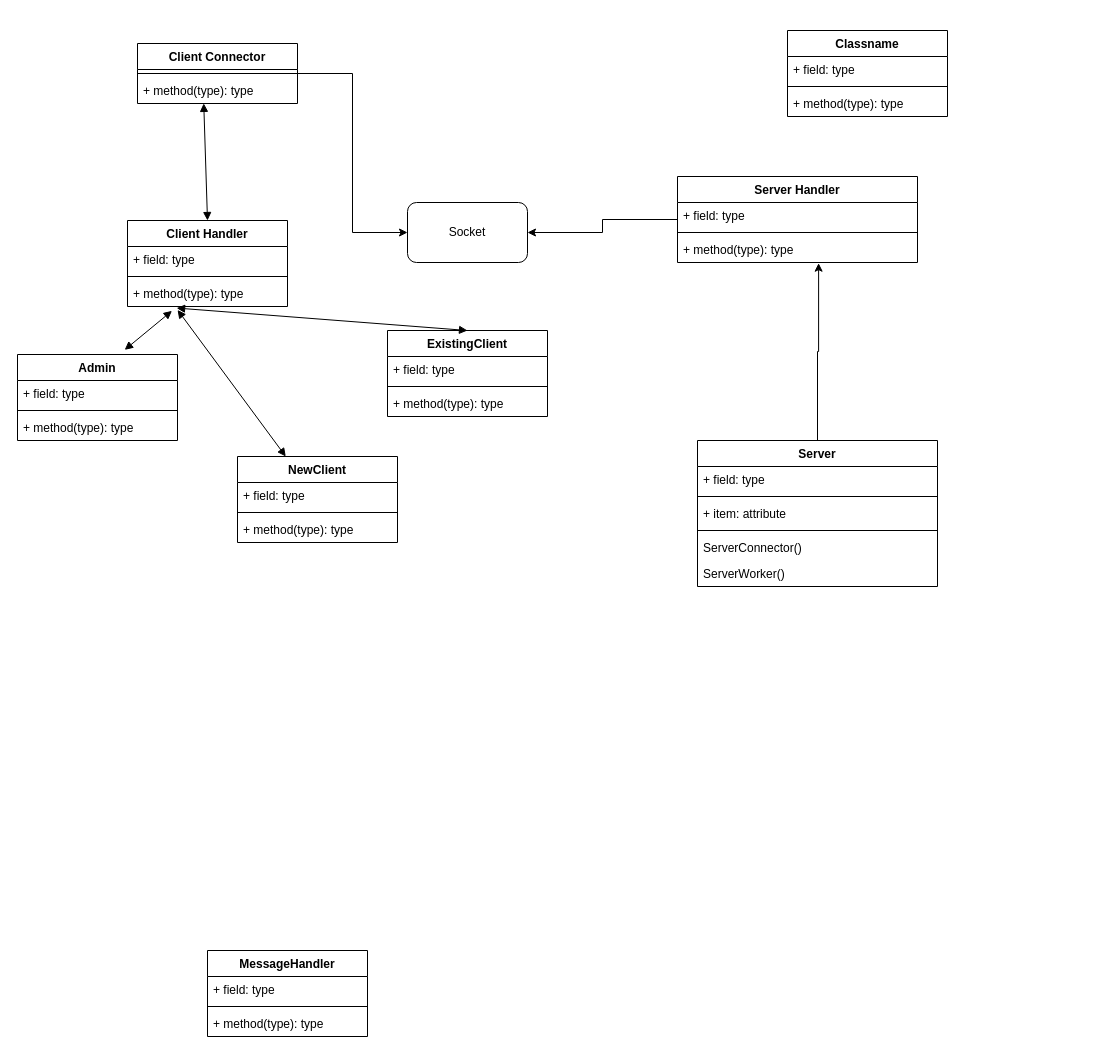
Earlier version of the draw.io diagram Untitled Diagram.drawio (aniket32/Chat-Server-Client-Application). Source tidied: cells renumbered, new cells numbered last; positions are measured from the earlier drawing's top-left corner, leaving out a move shared by most shapes. Both pictures are drawn from the tidied source at 100%, with x=0, y=0 at pixel (17, 30).
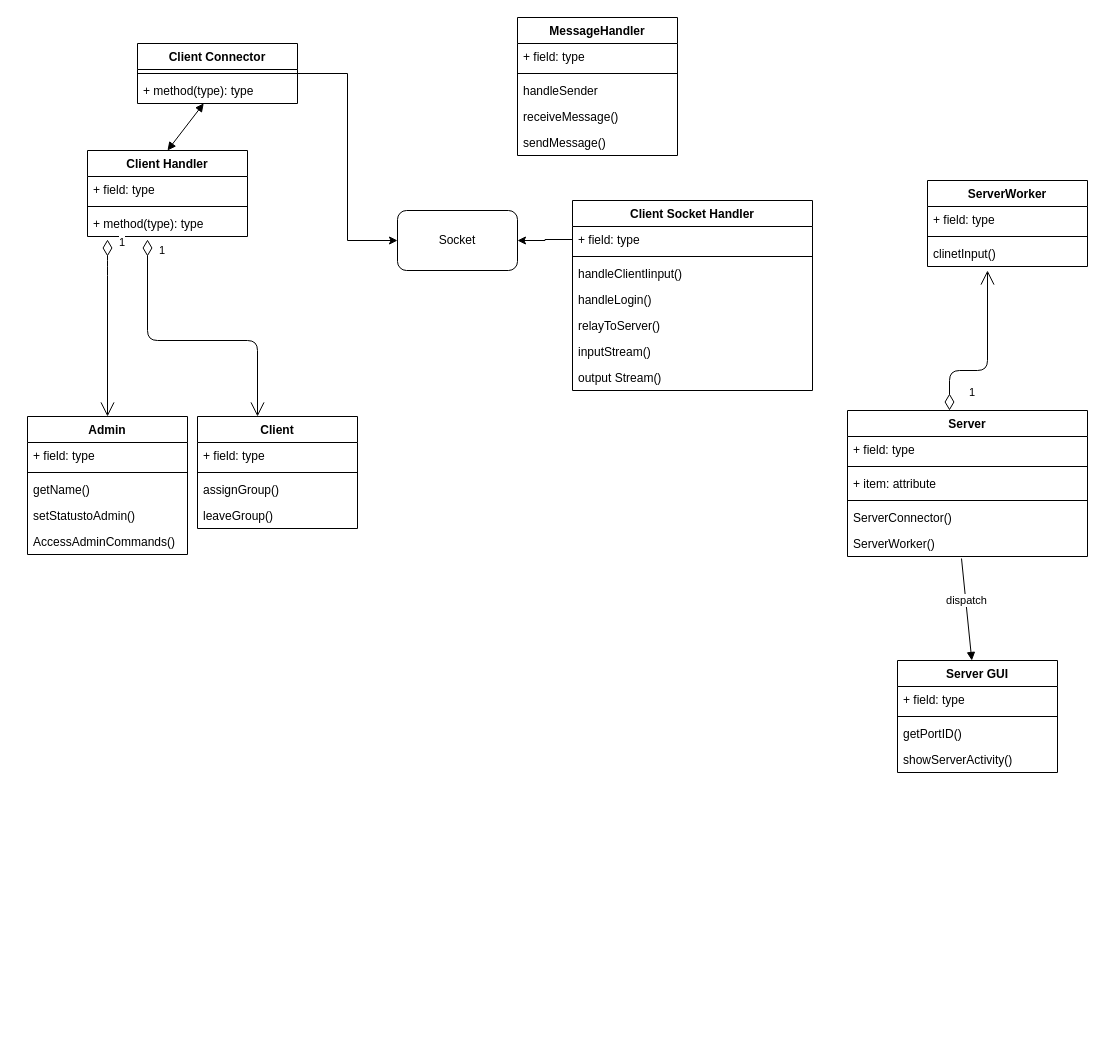
The same page after the edit.

Unchanged cells that the change refers to:
```xml
<mxCell id="9" value="ServerWorker()&#10;&#10;" style="text;strokeColor=none;fillColor=none;align=left;verticalAlign=top;spacingLeft=4;spacingRight=4;overflow=hidden;points=[[0,0.5],[1,0.5]];portConstraint=eastwest;" parent="3" vertex="1">
  <mxGeometry y="120" width="240" height="26" as="geometry" />
</mxCell>
<mxCell id="20" value="+ field: type" style="text;strokeColor=none;fillColor=none;align=left;verticalAlign=top;spacingLeft=4;spacingRight=4;overflow=hidden;points=[[0,0.5],[1,0.5]];portConstraint=eastwest;" parent="19" vertex="1">
  <mxGeometry y="26" width="240" height="26" as="geometry" />
</mxCell>
<mxCell id="26" value="+ method(type): type" style="text;strokeColor=none;fillColor=none;align=left;verticalAlign=top;spacingLeft=4;spacingRight=4;overflow=hidden;points=[[0,0.5],[1,0.5]];portConstraint=eastwest;" parent="23" vertex="1">
  <mxGeometry y="60" width="160" height="26" as="geometry" />
</mxCell>
```

Diff of the diagram source:
```diff
@@
-    <mxCell id="2" style="edgeStyle=orthogonalEdgeStyle;rounded=0;jettySize=auto;html=1;exitX=0.5;exitY=0;exitDx=0;exitDy=0;entryX=0.588;entryY=1.027;entryDx=0;entryDy=0;entryPerimeter=0;" parent="1" edge="1" source="3" target="22">
-      <mxGeometry relative="1" as="geometry" />
-    </mxCell>
     <mxCell id="3" value="Server" style="swimlane;fontStyle=1;align=center;verticalAlign=top;horizontal=1;startSize=26;" parent="1" vertex="1">
-      <mxGeometry x="680" y="410" width="240" height="146" as="geometry" />
+      <mxGeometry x="830" y="380" width="240" height="146" as="geometry" />
     </mxCell>
@@
     <mxCell id="14" value="Admin" style="swimlane;fontStyle=1;align=center;verticalAlign=top;horizontal=1;startSize=26;" parent="1" vertex="1">
-      <mxGeometry y="324" width="160" height="86" as="geometry" />
+      <mxGeometry x="10" y="386" width="160" height="138" as="geometry" />
     </mxCell>
@@
-    <mxCell id="17" value="+ method(type): type" style="text;strokeColor=none;fillColor=none;align=left;verticalAlign=top;spacingLeft=4;spacingRight=4;overflow=hidden;" parent="14" vertex="1">
+    <mxCell id="17" value="getName()" style="text;strokeColor=none;fillColor=none;align=left;verticalAlign=top;spacingLeft=4;spacingRight=4;overflow=hidden;" parent="14" vertex="1">
       <mxGeometry y="60" width="160" height="26" as="geometry" />
     </mxCell>
-    <mxCell id="18" style="edgeStyle=orthogonalEdgeStyle;rounded=0;jettySize=auto;html=1;exitX=0;exitY=0.5;exitDx=0;exitDy=0;entryX=1;entryY=0.5;entryDx=0;entryDy=0;" parent="1" edge="1" source="19" target="43">
-      <mxGeometry relative="1" as="geometry" />
-    </mxCell>
+    <mxCell id="48" value="setStatustoAdmin()" style="text;strokeColor=none;fillColor=none;align=left;verticalAlign=top;spacingLeft=4;spacingRight=4;overflow=hidden;" parent="14" vertex="1">
+      <mxGeometry y="86" width="160" height="26" as="geometry" />
+    </mxCell>
+    <mxCell id="49" value="AccessAdminCommands()" style="text;strokeColor=none;fillColor=none;align=left;verticalAlign=top;spacingLeft=4;spacingRight=4;overflow=hidden;" parent="14" vertex="1">
+      <mxGeometry y="112" width="160" height="26" as="geometry" />
+    </mxCell>
-    <mxCell id="19" value="Server Handler" style="swimlane;fontStyle=1;align=center;verticalAlign=top;horizontal=1;startSize=26;" parent="1" vertex="1">
-      <mxGeometry x="660" y="146" width="240" height="86" as="geometry" />
+    <mxCell id="19" value="Client Socket Handler" style="swimlane;fontStyle=1;align=center;verticalAlign=top;horizontal=1;startSize=26;" parent="1" vertex="1">
+      <mxGeometry x="555" y="170" width="240" height="190" as="geometry" />
     </mxCell>
@@
-    <mxCell id="22" value="+ method(type): type" style="text;strokeColor=none;fillColor=none;align=left;verticalAlign=top;spacingLeft=4;spacingRight=4;overflow=hidden;points=[[0,0.5],[1,0.5]];portConstraint=eastwest;" parent="19" vertex="1">
+    <mxCell id="22" value="handleClientIinput()" style="text;strokeColor=none;fillColor=none;align=left;verticalAlign=top;spacingLeft=4;spacingRight=4;overflow=hidden;points=[[0,0.5],[1,0.5]];portConstraint=eastwest;" parent="19" vertex="1">
       <mxGeometry y="60" width="240" height="26" as="geometry" />
     </mxCell>
+    <mxCell id="50" value="handleLogin()" style="text;strokeColor=none;fillColor=none;align=left;verticalAlign=top;spacingLeft=4;spacingRight=4;overflow=hidden;" parent="19" vertex="1">
+      <mxGeometry y="86" width="240" height="26" as="geometry" />
+    </mxCell>
+    <mxCell id="51" value="relayToServer()" style="text;strokeColor=none;fillColor=none;align=left;verticalAlign=top;spacingLeft=4;spacingRight=4;overflow=hidden;" parent="19" vertex="1">
+      <mxGeometry y="112" width="240" height="26" as="geometry" />
+    </mxCell>
+    <mxCell id="52" value="inputStream()" style="text;strokeColor=none;fillColor=none;align=left;verticalAlign=top;spacingLeft=4;spacingRight=4;overflow=hidden;" parent="19" vertex="1">
+      <mxGeometry y="138" width="240" height="26" as="geometry" />
+    </mxCell>
+    <mxCell id="53" value="output Stream()" style="text;strokeColor=none;fillColor=none;align=left;verticalAlign=top;spacingLeft=4;spacingRight=4;overflow=hidden;" parent="19" vertex="1">
+      <mxGeometry y="164" width="240" height="26" as="geometry" />
+    </mxCell>
     <mxCell id="23" value="Client Handler" style="swimlane;fontStyle=1;align=center;verticalAlign=top;horizontal=1;startSize=26;" parent="1" vertex="1">
-      <mxGeometry x="110" y="190" width="160" height="86" as="geometry" />
+      <mxGeometry x="70" y="120" width="160" height="86" as="geometry" />
     </mxCell>
@@
-    <mxCell id="27" value="NewClient" style="swimlane;fontStyle=1;align=center;verticalAlign=top;horizontal=1;startSize=26;" parent="1" vertex="1">
-      <mxGeometry x="220" y="426" width="160" height="86" as="geometry" />
+    <mxCell id="27" value="Client" style="swimlane;fontStyle=1;align=center;verticalAlign=top;horizontal=1;startSize=26;" parent="1" vertex="1">
+      <mxGeometry x="180" y="386" width="160" height="112" as="geometry" />
     </mxCell>
@@
+    <mxCell id="54" value="assignGroup()" style="text;strokeColor=none;fillColor=none;align=left;verticalAlign=top;spacingLeft=4;spacingRight=4;overflow=hidden;" parent="27" vertex="1">
+      <mxGeometry y="60" width="160" height="26" as="geometry" />
+    </mxCell>
-    <mxCell id="30" value="+ method(type): type" style="text;strokeColor=none;fillColor=none;align=left;verticalAlign=top;spacingLeft=4;spacingRight=4;overflow=hidden;" parent="27" vertex="1">
-      <mxGeometry y="60" width="160" height="26" as="geometry" />
+    <mxCell id="30" value="leaveGroup()" style="text;strokeColor=none;fillColor=none;align=left;verticalAlign=top;spacingLeft=4;spacingRight=4;overflow=hidden;" parent="27" vertex="1">
+      <mxGeometry y="86" width="160" height="26" as="geometry" />
     </mxCell>
-    <mxCell id="31" value="ExistingClient" style="swimlane;fontStyle=1;align=center;verticalAlign=top;horizontal=1;startSize=26;" parent="1" vertex="1">
-      <mxGeometry x="370" y="300" width="160" height="86" as="geometry" />
-    </mxCell>
-    <mxCell id="32" value="+ field: type" style="text;strokeColor=none;fillColor=none;align=left;verticalAlign=top;spacingLeft=4;spacingRight=4;overflow=hidden;" parent="31" vertex="1">
-      <mxGeometry y="26" width="160" height="26" as="geometry" />
-    </mxCell>
-    <mxCell id="33" style="line;strokeWidth=1;fillColor=none;align=left;verticalAlign=middle;spacingTop=-1;spacingLeft=3;spacingRight=3;labelPosition=right;" parent="31" vertex="1">
-      <mxGeometry y="52" width="160" height="8" as="geometry" />
-    </mxCell>
-    <mxCell id="34" value="+ method(type): type" style="text;strokeColor=none;fillColor=none;align=left;verticalAlign=top;spacingLeft=4;spacingRight=4;overflow=hidden;" parent="31" vertex="1">
-      <mxGeometry y="60" width="160" height="26" as="geometry" />
-    </mxCell>
     <mxCell id="35" value="MessageHandler&#10;" style="swimlane;fontStyle=1;align=center;verticalAlign=top;horizontal=1;startSize=26;" parent="1" vertex="1">
-      <mxGeometry x="190" y="920" width="160" height="86" as="geometry" />
+      <mxGeometry x="500" y="-13" width="160" height="138" as="geometry" />
     </mxCell>
@@
+    <mxCell id="55" value="handleSender" style="text;strokeColor=none;fillColor=none;align=left;verticalAlign=top;spacingLeft=4;spacingRight=4;overflow=hidden;" parent="35" vertex="1">
+      <mxGeometry y="60" width="160" height="26" as="geometry" />
+    </mxCell>
-    <mxCell id="38" value="+ method(type): type" style="text;strokeColor=none;fillColor=none;align=left;verticalAlign=top;spacingLeft=4;spacingRight=4;overflow=hidden;" parent="35" vertex="1">
-      <mxGeometry y="60" width="160" height="26" as="geometry" />
+    <mxCell id="38" value="receiveMessage()" style="text;strokeColor=none;fillColor=none;align=left;verticalAlign=top;spacingLeft=4;spacingRight=4;overflow=hidden;" parent="35" vertex="1">
+      <mxGeometry y="86" width="160" height="26" as="geometry" />
     </mxCell>
+    <mxCell id="56" value="sendMessage()" style="text;strokeColor=none;fillColor=none;align=left;verticalAlign=top;spacingLeft=4;spacingRight=4;overflow=hidden;" parent="35" vertex="1">
+      <mxGeometry y="112" width="160" height="26" as="geometry" />
+    </mxCell>
-    <mxCell id="39" value="Classname" style="swimlane;fontStyle=1;align=center;verticalAlign=top;horizontal=1;startSize=26;" parent="1" vertex="1">
-      <mxGeometry x="770" width="160" height="86" as="geometry" />
+    <mxCell id="39" value="ServerWorker" style="swimlane;fontStyle=1;align=center;verticalAlign=top;horizontal=1;startSize=26;" parent="1" vertex="1">
+      <mxGeometry x="910" y="150" width="160" height="86" as="geometry" />
     </mxCell>
@@
-    <mxCell id="42" value="+ method(type): type" style="text;strokeColor=none;fillColor=none;align=left;verticalAlign=top;spacingLeft=4;spacingRight=4;overflow=hidden;points=[[0,0.5],[1,0.5]];portConstraint=eastwest;" parent="39" vertex="1">
+    <mxCell id="42" value="clinetInput()" style="text;strokeColor=none;fillColor=none;align=left;verticalAlign=top;spacingLeft=4;spacingRight=4;overflow=hidden;points=[[0,0.5],[1,0.5]];portConstraint=eastwest;" parent="39" vertex="1">
       <mxGeometry y="60" width="160" height="26" as="geometry" />
     </mxCell>
     <mxCell id="43" value="Socket" style="rounded=1;whiteSpace=wrap;html=1;" parent="1" vertex="1">
-      <mxGeometry x="390" y="172" width="120" height="60" as="geometry" />
+      <mxGeometry x="380" y="180" width="120" height="60" as="geometry" />
     </mxCell>
@@
-    <mxCell id="45" style="endArrow=block;startArrow=block;endFill=1;startFill=1;html=1;exitX=0.313;exitY=1.132;exitDx=0;exitDy=0;exitPerimeter=0;" parent="1" edge="1" source="26" target="27">
-      <mxGeometry relative="1" as="geometry" />
-    </mxCell>
-    <mxCell id="46" style="endArrow=block;startArrow=block;endFill=1;startFill=1;html=1;exitX=0.307;exitY=1.06;exitDx=0;exitDy=0;exitPerimeter=0;entryX=0.5;entryY=0;entryDx=0;entryDy=0;" parent="1" edge="1" source="26" target="31">
-      <mxGeometry relative="1" as="geometry" />
-    </mxCell>
-    <mxCell id="47" style="endArrow=block;startArrow=block;endFill=1;startFill=1;html=1;exitX=0.278;exitY=1.168;exitDx=0;exitDy=0;exitPerimeter=0;entryX=0.67;entryY=-0.054;entryDx=0;entryDy=0;entryPerimeter=0;" parent="1" edge="1" source="26" target="14">
-      <mxGeometry relative="1" as="geometry" />
-    </mxCell>
+    <mxCell id="57" value="1" style="endArrow=open;html=1;endSize=12;startArrow=diamondThin;startSize=14;startFill=0;edgeStyle=orthogonalEdgeStyle;align=left;verticalAlign=bottom;entryX=0.5;entryY=0;entryDx=0;entryDy=0;" parent="1" edge="1" target="14">
+      <mxGeometry x="-0.86" y="10" relative="1" as="geometry">
+        <mxPoint x="90" y="209" as="sourcePoint" />
+        <Array as="points">
+          <mxPoint x="90" y="235" />
+        </Array>
+      </mxGeometry>
+    </mxCell>
+    <mxCell id="58" value="1" style="endArrow=open;html=1;endSize=12;startArrow=diamondThin;startSize=14;startFill=0;edgeStyle=orthogonalEdgeStyle;align=left;verticalAlign=bottom;entryX=0.375;entryY=0;entryDx=0;entryDy=0;entryPerimeter=0;" parent="1" edge="1" target="27">
+      <mxGeometry x="-0.86" y="10" relative="1" as="geometry">
+        <mxPoint x="130" y="209" as="sourcePoint" />
+        <Array as="points">
+          <mxPoint x="130" y="310" />
+          <mxPoint x="240" y="310" />
+        </Array>
+      </mxGeometry>
+    </mxCell>
+    <mxCell id="59" style="edgeStyle=orthogonalEdgeStyle;rounded=0;jettySize=auto;html=1;exitX=0;exitY=0.5;exitDx=0;exitDy=0;entryX=1;entryY=0.5;entryDx=0;entryDy=0;" parent="1" edge="1" source="20" target="43">
+      <mxGeometry relative="1" as="geometry" />
+    </mxCell>
+    <mxCell id="60" value="1" style="endArrow=open;html=1;endSize=12;startArrow=diamondThin;startSize=14;startFill=0;edgeStyle=orthogonalEdgeStyle;align=left;verticalAlign=bottom;entryX=0.375;entryY=1.154;entryDx=0;entryDy=0;entryPerimeter=0;exitX=0.425;exitY=0;exitDx=0;exitDy=0;exitPerimeter=0;" parent="1" edge="1" source="3" target="42">
+      <mxGeometry x="-0.9" y="-18" relative="1" as="geometry">
+        <Array as="points">
+          <mxPoint x="932" y="340" />
+          <mxPoint x="970" y="340" />
+        </Array>
+      </mxGeometry>
+    </mxCell>
+    <mxCell id="61" value="Server GUI" style="swimlane;fontStyle=1;align=center;verticalAlign=top;horizontal=1;startSize=26;" parent="1" vertex="1">
+      <mxGeometry x="880" y="630" width="160" height="112" as="geometry" />
+    </mxCell>
+    <mxCell id="32" value="+ field: type" style="text;strokeColor=none;fillColor=none;align=left;verticalAlign=top;spacingLeft=4;spacingRight=4;overflow=hidden;" parent="61" vertex="1">
+      <mxGeometry y="26" width="160" height="26" as="geometry" />
+    </mxCell>
+    <mxCell id="33" style="line;strokeWidth=1;fillColor=none;align=left;verticalAlign=middle;spacingTop=-1;spacingLeft=3;spacingRight=3;labelPosition=right;" parent="61" vertex="1">
+      <mxGeometry y="52" width="160" height="8" as="geometry" />
+    </mxCell>
+    <mxCell id="62" value="getPortID()" style="text;strokeColor=none;fillColor=none;align=left;verticalAlign=top;spacingLeft=4;spacingRight=4;overflow=hidden;" parent="61" vertex="1">
+      <mxGeometry y="60" width="160" height="26" as="geometry" />
+    </mxCell>
+    <mxCell id="63" value="showServerActivity()" style="text;strokeColor=none;fillColor=none;align=left;verticalAlign=top;spacingLeft=4;spacingRight=4;overflow=hidden;" parent="61" vertex="1">
+      <mxGeometry y="86" width="160" height="26" as="geometry" />
+    </mxCell>
+    <mxCell id="64" value="dispatch" style="html=1;verticalAlign=bottom;endArrow=block;exitX=0.475;exitY=1.077;exitDx=0;exitDy=0;exitPerimeter=0;" parent="1" edge="1" source="9" target="61">
+      <mxGeometry relative="1" as="geometry" />
+    </mxCell>
```
